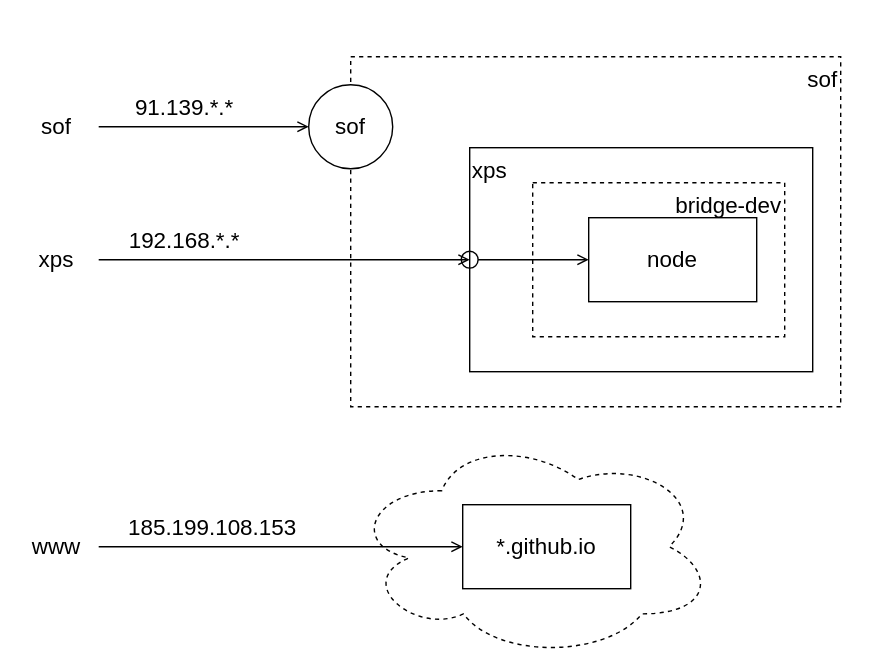
Earlier version of the draw.io export adr/images/workspace.drawio.svg (georgevs/sheets-frontend). Source tidied: cells renumbered, new cells last; positions are measured from the earlier drawing's top-left corner, leaving out a move shared by most shapes.
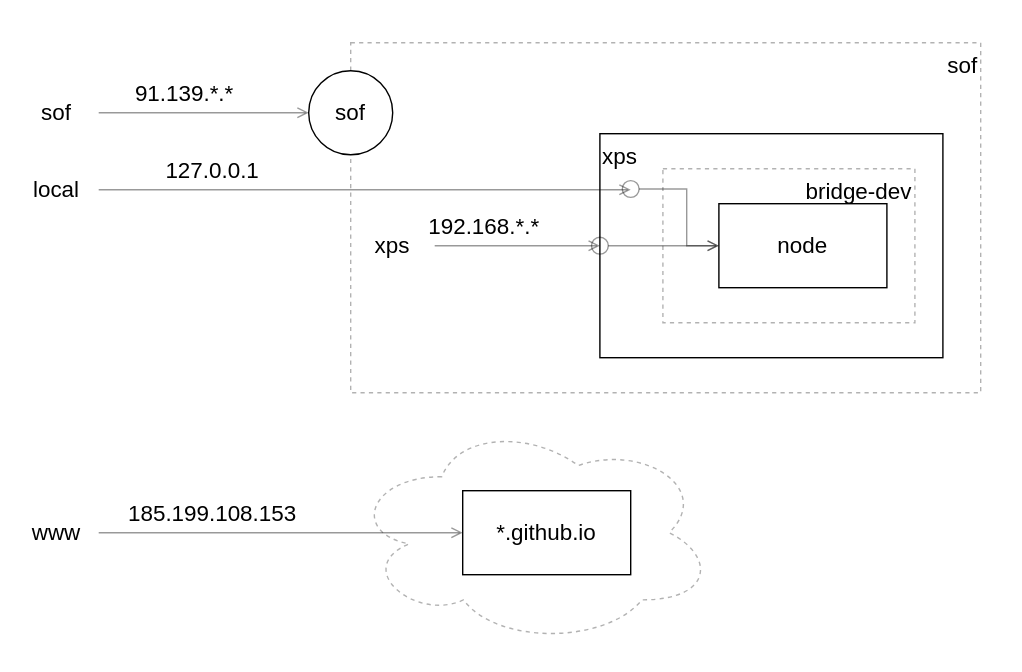
Above is the later version.

Diff of the diagram source:
```diff
@@ -3,30 +3,30 @@
     <mxCell id="0" />
     <mxCell id="1" parent="0" />
     <mxCell id="2" style="rounded=0;whiteSpace=wrap;html=1;strokeColor=none;fontSize=16;" parent="1" vertex="1">
-      <mxGeometry width="640" height="480" as="geometry" />
+      <mxGeometry y="10" width="730" height="480" as="geometry" />
     </mxCell>
-    <mxCell id="3" value="sof" style="rounded=0;whiteSpace=wrap;html=1;dashed=1;align=right;verticalAlign=top;fontSize=16;" parent="1" vertex="1">
-      <mxGeometry x="250" y="40" width="350" height="250" as="geometry" />
+    <mxCell id="3" value="sof" style="rounded=0;whiteSpace=wrap;html=1;dashed=1;align=right;verticalAlign=top;fontSize=16;opacity=30;" parent="1" vertex="1">
+      <mxGeometry x="250" y="40" width="450" height="250" as="geometry" />
     </mxCell>
     <mxCell id="4" value="sof" style="ellipse;whiteSpace=wrap;html=1;fontSize=16;" parent="1" vertex="1">
       <mxGeometry x="220" y="60" width="60" height="60" as="geometry" />
     </mxCell>
     <mxCell id="5" value="xps" style="rounded=0;whiteSpace=wrap;html=1;align=left;horizontal=1;verticalAlign=top;fontSize=16;" parent="1" vertex="1">
-      <mxGeometry x="335" y="105" width="245" height="160" as="geometry" />
+      <mxGeometry x="428" y="105" width="245" height="160" as="geometry" />
     </mxCell>
-    <mxCell id="6" value="bridge-dev" style="rounded=0;whiteSpace=wrap;html=1;dashed=1;verticalAlign=top;align=right;fontSize=16;" parent="1" vertex="1">
-      <mxGeometry x="380" y="130" width="180" height="110" as="geometry" />
+    <mxCell id="6" value="bridge-dev" style="rounded=0;whiteSpace=wrap;html=1;dashed=1;verticalAlign=top;align=right;fontSize=16;opacity=30;" parent="1" vertex="1">
+      <mxGeometry x="473" y="130" width="180" height="110" as="geometry" />
     </mxCell>
     <mxCell id="7" value="node" style="rounded=0;whiteSpace=wrap;html=1;fontSize=16;" parent="1" vertex="1">
-      <mxGeometry x="420" y="155" width="120" height="60" as="geometry" />
+      <mxGeometry x="513" y="155" width="120" height="60" as="geometry" />
     </mxCell>
     <mxCell id="8" value="sof" style="text;html=1;strokeColor=none;fillColor=none;align=center;verticalAlign=middle;whiteSpace=wrap;rounded=0;fontSize=16;" parent="1" vertex="1">
       <mxGeometry x="10" y="75" width="60" height="30" as="geometry" />
     </mxCell>
     <mxCell id="9" value="xps" style="text;html=1;strokeColor=none;fillColor=none;align=center;verticalAlign=middle;whiteSpace=wrap;rounded=0;fontSize=16;" parent="1" vertex="1">
-      <mxGeometry x="10" y="170" width="60" height="30" as="geometry" />
+      <mxGeometry x="250" y="170" width="60" height="30" as="geometry" />
     </mxCell>
-    <mxCell id="10" style="endArrow=open;html=1;rounded=0;entryX=0;entryY=0.5;entryDx=0;entryDy=0;exitX=1;exitY=0.5;exitDx=0;exitDy=0;endFill=0;fontSize=16;" parent="1" edge="1" source="8" target="4">
+    <mxCell id="10" style="endArrow=open;html=1;rounded=0;entryX=0;entryY=0.5;entryDx=0;entryDy=0;exitX=1;exitY=0.5;exitDx=0;exitDy=0;endFill=0;fontSize=16;opacity=40;" parent="1" edge="1" source="8" target="4">
       <mxGeometry relative="1" as="geometry" />
     </mxCell>
     <mxCell id="11" value="91.139.*.*" style="edgeLabel;html=1;align=center;verticalAlign=middle;fontSize=16;" parent="10" vertex="1">
@@ -34,7 +34,7 @@
         <mxPoint x="-19" y="-13" as="offset" />
       </mxGeometry>
     </mxCell>
-    <mxCell id="12" style="endArrow=open;html=1;rounded=0;entryX=0;entryY=0.5;entryDx=0;entryDy=0;endFill=0;fontSize=16;" parent="1" edge="1" source="9" target="5">
+    <mxCell id="12" style="endArrow=open;html=1;rounded=0;entryX=0;entryY=0.5;entryDx=0;entryDy=0;endFill=0;fontSize=16;opacity=40;" parent="1" edge="1" source="9" target="5">
       <mxGeometry relative="1" as="geometry" />
     </mxCell>
     <mxCell id="13" value="192.168.*.*" style="edgeLabel;html=1;align=center;verticalAlign=middle;fontSize=16;" parent="12" vertex="1">
@@ -42,19 +42,19 @@
         <mxPoint x="13" y="-13" as="offset" />
       </mxGeometry>
     </mxCell>
-    <mxCell id="14" style="endArrow=open;html=1;rounded=0;entryX=0;entryY=0.5;entryDx=0;entryDy=0;endFill=0;startArrow=oval;startFill=0;shadow=0;strokeColor=default;exitX=0;exitY=0.5;exitDx=0;exitDy=0;endSize=6;startSize=12;fontSize=16;" parent="1" edge="1" source="5" target="7">
+    <mxCell id="14" style="endArrow=open;html=1;rounded=0;entryX=0;entryY=0.5;entryDx=0;entryDy=0;endFill=0;startArrow=oval;startFill=0;shadow=0;strokeColor=default;exitX=0;exitY=0.5;exitDx=0;exitDy=0;endSize=6;startSize=12;fontSize=16;opacity=40;" parent="1" edge="1" source="5" target="7">
       <mxGeometry relative="1" as="geometry" />
     </mxCell>
     <mxCell id="15" value="www" style="text;html=1;strokeColor=none;fillColor=none;align=center;verticalAlign=middle;whiteSpace=wrap;rounded=0;fontSize=16;" parent="1" vertex="1">
       <mxGeometry x="10" y="375" width="60" height="30" as="geometry" />
     </mxCell>
-    <mxCell id="16" style="ellipse;shape=cloud;whiteSpace=wrap;html=1;dashed=1;fontSize=16;" parent="1" vertex="1">
+    <mxCell id="16" style="ellipse;shape=cloud;whiteSpace=wrap;html=1;dashed=1;fontSize=16;opacity=30;" parent="1" vertex="1">
       <mxGeometry x="250" y="310" width="260" height="160" as="geometry" />
     </mxCell>
     <mxCell id="17" value="*.github.io" style="rounded=0;whiteSpace=wrap;html=1;fontSize=16;" parent="1" vertex="1">
       <mxGeometry x="330" y="360" width="120" height="60" as="geometry" />
     </mxCell>
-    <mxCell id="18" style="endArrow=open;html=1;rounded=0;entryX=0;entryY=0.5;entryDx=0;entryDy=0;endFill=0;exitX=1;exitY=0.5;exitDx=0;exitDy=0;fontSize=16;" parent="1" edge="1" source="15" target="17">
+    <mxCell id="18" style="endArrow=open;html=1;rounded=0;entryX=0;entryY=0.5;entryDx=0;entryDy=0;endFill=0;exitX=1;exitY=0.5;exitDx=0;exitDy=0;fontSize=16;opacity=40;" parent="1" edge="1" source="15" target="17">
       <mxGeometry relative="1" as="geometry" />
     </mxCell>
     <mxCell id="19" value="185.199.108.153" style="edgeLabel;html=1;align=center;verticalAlign=middle;fontSize=16;" parent="18" vertex="1">
@@ -62,5 +62,27 @@
         <mxPoint x="34" y="-13" as="offset" />
       </mxGeometry>
     </mxCell>
+    <mxCell id="20" value="local" style="text;html=1;strokeColor=none;fillColor=none;align=center;verticalAlign=middle;whiteSpace=wrap;rounded=0;fontSize=16;" parent="1" vertex="1">
+      <mxGeometry x="10" y="130" width="60" height="30" as="geometry" />
+    </mxCell>
+    <mxCell id="21" style="endArrow=open;html=1;rounded=0;endFill=0;fontSize=16;opacity=40;" parent="1" edge="1" source="20">
+      <mxGeometry relative="1" as="geometry">
+        <mxPoint x="450" y="145" as="targetPoint" />
+      </mxGeometry>
+    </mxCell>
+    <mxCell id="22" value="127.0.0.1" style="edgeLabel;html=1;align=center;verticalAlign=middle;fontSize=16;" parent="21" vertex="1">
+      <mxGeometry x="-0.65" y="2" relative="1" as="geometry">
+        <mxPoint x="13" y="-13" as="offset" />
+      </mxGeometry>
+    </mxCell>
+    <mxCell id="23" style="endArrow=open;html=1;rounded=0;entryX=0;entryY=0.5;entryDx=0;entryDy=0;endFill=0;startArrow=oval;startFill=0;shadow=0;strokeColor=default;exitX=0;exitY=0.5;exitDx=0;exitDy=0;endSize=6;startSize=12;fontSize=16;edgeStyle=orthogonalEdgeStyle;opacity=40;" parent="1" edge="1" target="7">
+      <mxGeometry relative="1" as="geometry">
+        <mxPoint x="450" y="144.5" as="sourcePoint" />
+        <Array as="points">
+          <mxPoint x="490" y="145" />
+          <mxPoint x="490" y="185" />
+        </Array>
+      </mxGeometry>
+    </mxCell>
   </root>
 </mxGraphModel>
```
